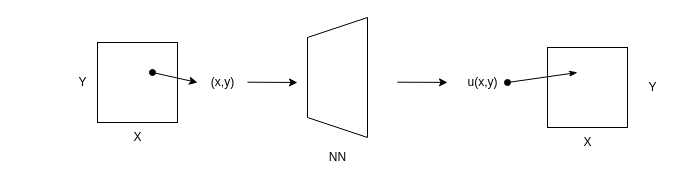
Above: 12.4.drawio in 5huanghuai/Diagram (draw.io), before the change. Source tidied: cells renumbered, new cells numbered last; positions are measured from the earlier drawing's top-left corner, leaving out a move shared by most shapes. Both pictures are drawn from the tidied source at 100%, with x=0, y=0 at pixel (67, 42).
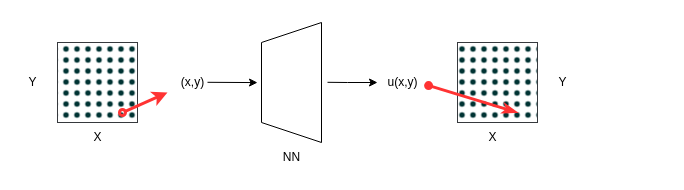
The same diagram, later.

Diff of the diagram source:
```diff
@@
     <mxCell id="2" value="Y" style="text;html=1;align=center;verticalAlign=middle;strokeColor=none;fillColor=none;" parent="1" vertex="1">
-      <mxGeometry y="25" width="30" height="30" as="geometry" />
+      <mxGeometry x="-50" y="25" width="30" height="30" as="geometry" />
     </mxCell>
     <mxCell id="3" value="X" style="text;html=1;align=center;verticalAlign=middle;strokeColor=none;fillColor=none;" parent="1" vertex="1">
-      <mxGeometry x="55" y="80" width="30" height="30" as="geometry" />
+      <mxGeometry x="15" y="80" width="30" height="30" as="geometry" />
     </mxCell>
-    <mxCell id="4" style="rounded=0;whiteSpace=wrap;html=1;" parent="1" vertex="1">
-      <mxGeometry x="30" width="80" height="80" as="geometry" />
+    <mxCell id="4" style="rounded=0;whiteSpace=wrap;html=1;fillStyle=dots;fillColor=#003333;strokeColor=#36393d;" parent="1" vertex="1">
+      <mxGeometry x="-10" width="80" height="80" as="geometry" />
     </mxCell>
-    <mxCell id="5" style="endArrow=classic;html=1;rounded=0;startArrow=oval;startFill=1;" parent="1" edge="1">
-      <mxGeometry relative="1" as="geometry">
-        <mxPoint x="85" y="30" as="sourcePoint" />
-        <mxPoint x="130" y="40" as="targetPoint" />
-      </mxGeometry>
-    </mxCell>
     <mxCell id="6" value="(x,y)" style="text;html=1;align=center;verticalAlign=middle;strokeColor=none;fillColor=none;" parent="1" vertex="1">
-      <mxGeometry x="130" y="25" width="50" height="30" as="geometry" />
+      <mxGeometry x="100" y="25" width="50" height="30" as="geometry" />
     </mxCell>
     <mxCell id="7" style="endArrow=classic;html=1;rounded=0;" parent="1" edge="1">
       <mxGeometry relative="1" as="geometry">
-        <mxPoint x="180" y="39.7" as="sourcePoint" />
-        <mxPoint x="230" y="40" as="targetPoint" />
+        <mxPoint x="140" y="39.8" as="sourcePoint" />
+        <mxPoint x="190" y="40.1" as="targetPoint" />
       </mxGeometry>
     </mxCell>
     <mxCell id="8" style="shape=trapezoid;perimeter=trapezoidPerimeter;whiteSpace=wrap;html=1;fixedSize=1;rotation=-90;" parent="1" vertex="1">
-      <mxGeometry x="210" y="5" width="120" height="60" as="geometry" />
+      <mxGeometry x="164" y="10" width="120" height="60" as="geometry" />
     </mxCell>
     <mxCell id="9" value="NN" style="text;html=1;align=center;verticalAlign=middle;strokeColor=none;fillColor=none;" parent="1" vertex="1">
-      <mxGeometry x="250" y="100" width="40" height="30" as="geometry" />
+      <mxGeometry x="204" y="100" width="40" height="30" as="geometry" />
     </mxCell>
     <mxCell id="10" style="endArrow=classic;html=1;rounded=0;" parent="1" edge="1">
       <mxGeometry relative="1" as="geometry">
-        <mxPoint x="330" y="39.7" as="sourcePoint" />
-        <mxPoint x="380" y="39.9" as="targetPoint" />
+        <mxPoint x="260" y="39.8" as="sourcePoint" />
+        <mxPoint x="310" y="40" as="targetPoint" />
+        <Array as="points">
+          <mxPoint x="280" y="40" />
+        </Array>
       </mxGeometry>
     </mxCell>
     <mxCell id="11" value="Y" style="text;html=1;align=center;verticalAlign=middle;strokeColor=none;fillColor=none;" parent="1" vertex="1">
-      <mxGeometry x="570" y="30" width="30" height="30" as="geometry" />
+      <mxGeometry x="480" y="25" width="30" height="30" as="geometry" />
     </mxCell>
     <mxCell id="12" value="X" style="text;html=1;align=center;verticalAlign=middle;strokeColor=none;fillColor=none;" parent="1" vertex="1">
-      <mxGeometry x="505" y="85" width="30" height="30" as="geometry" />
+      <mxGeometry x="410" y="80" width="30" height="30" as="geometry" />
     </mxCell>
-    <mxCell id="13" style="rounded=0;whiteSpace=wrap;html=1;" parent="1" vertex="1">
-      <mxGeometry x="480" y="5" width="80" height="80" as="geometry" />
-    </mxCell>
     <mxCell id="14" value="u(x,y)" style="text;html=1;align=center;verticalAlign=middle;points=[];strokeColor=none;fillColor=none;" parent="1" vertex="1">
-      <mxGeometry x="390" y="25" width="50" height="30" as="geometry" />
+      <mxGeometry x="310" y="25" width="50" height="30" as="geometry" />
     </mxCell>
+    <mxCell id="16" style="endArrow=classic;html=1;rounded=0;fillColor=#cce5ff;strokeColor=#FF3333;strokeWidth=3;startArrow=oval;startFill=0;" parent="1" edge="1">
+      <mxGeometry relative="1" as="geometry">
+        <mxPoint x="55" y="70" as="sourcePoint" />
+        <mxPoint x="100" y="50" as="targetPoint" />
+      </mxGeometry>
+    </mxCell>
+    <mxCell id="17" style="rounded=0;whiteSpace=wrap;html=1;fillStyle=dots;fillColor=#003333;strokeColor=#36393d;" parent="1" vertex="1">
+      <mxGeometry x="390" width="80" height="80" as="geometry" />
+    </mxCell>
-    <mxCell id="15" style="endArrow=classicThin;html=1;rounded=0;endFill=1;startArrow=oval;startFill=1;" parent="1" edge="1">
+    <mxCell id="15" style="endArrow=classicThin;html=1;rounded=0;endFill=1;startArrow=oval;startFill=1;strokeWidth=3;fillColor=#ffff88;strokeColor=#FF3333;exitX=1.022;exitY=0.602;exitDx=0;exitDy=0;exitPerimeter=0;" parent="1" edge="1" source="14">
       <mxGeometry relative="1" as="geometry">
-        <mxPoint x="440" y="40" as="sourcePoint" />
-        <mxPoint x="510" y="30" as="targetPoint" />
+        <mxPoint x="450" y="70" as="targetPoint" />
       </mxGeometry>
     </mxCell>
```
